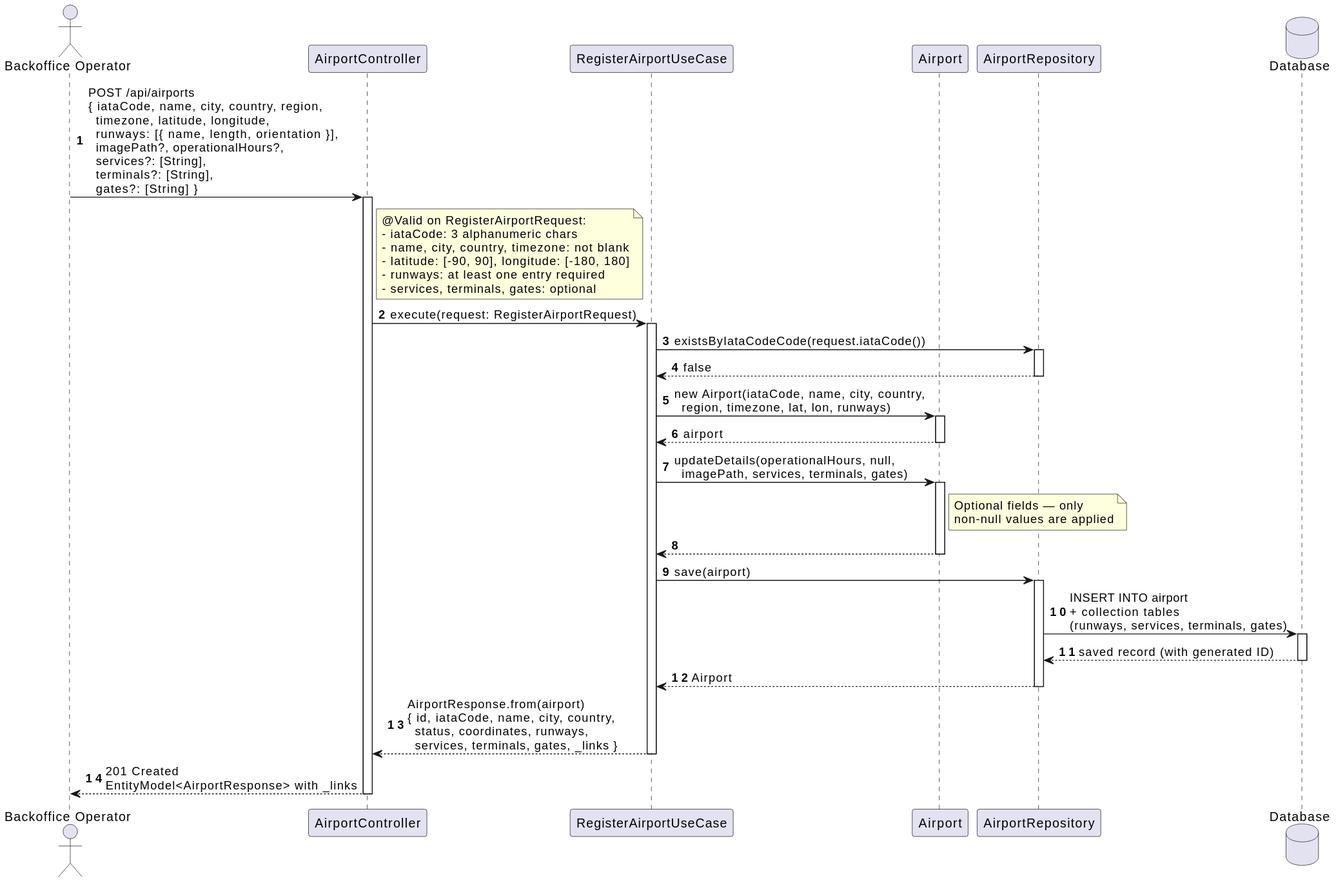
Earlier version of the PlantUML export docs/system-documentation/use-cases/WP2B/US207/svg/sd_us207.svg (VascoMagolo/psoft_1231562_1241692_1242036_2db).
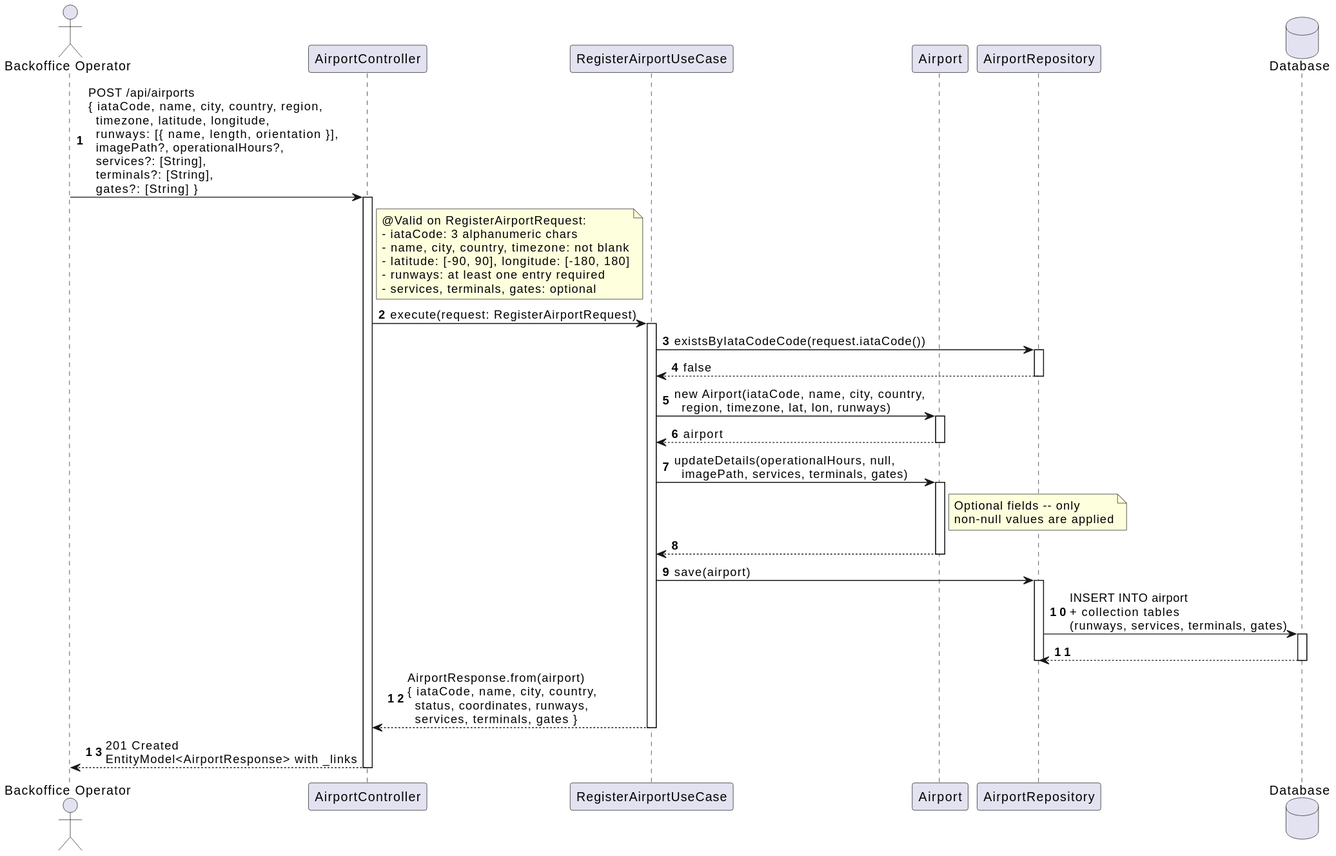
After the change.

Change to the diagram source:
```diff
@@ -34,7 +34,7 @@
 
 UC -> Entity : updateDetails(operationalHours, null,\n  imagePath, services, terminals, gates)
 activate Entity
-note right of Entity : Optional fields — only\nnon-null values are applied
+note right of Entity : Optional fields -- only\nnon-null values are applied
 Entity --> UC
 deactivate Entity
 
@@ -42,12 +42,11 @@
 activate Repo
 Repo -> DB : INSERT INTO airport\n+ collection tables\n(runways, services, terminals, gates)
 activate DB
-DB --> Repo : saved record (with generated ID)
+DB --> Repo
 deactivate DB
-Repo --> UC : Airport
 deactivate Repo
 
-UC --> Ctrl : AirportResponse.from(airport)\n{ id, iataCode, name, city, country,\n  status, coordinates, runways,\n  services, terminals, gates, _links }
+UC --> Ctrl : AirportResponse.from(airport)\n{ iataCode, name, city, country,\n  status, coordinates, runways,\n  services, terminals, gates }
 deactivate UC
 
 Ctrl --> BO : 201 Created\nEntityModel<AirportResponse> with _links
```
